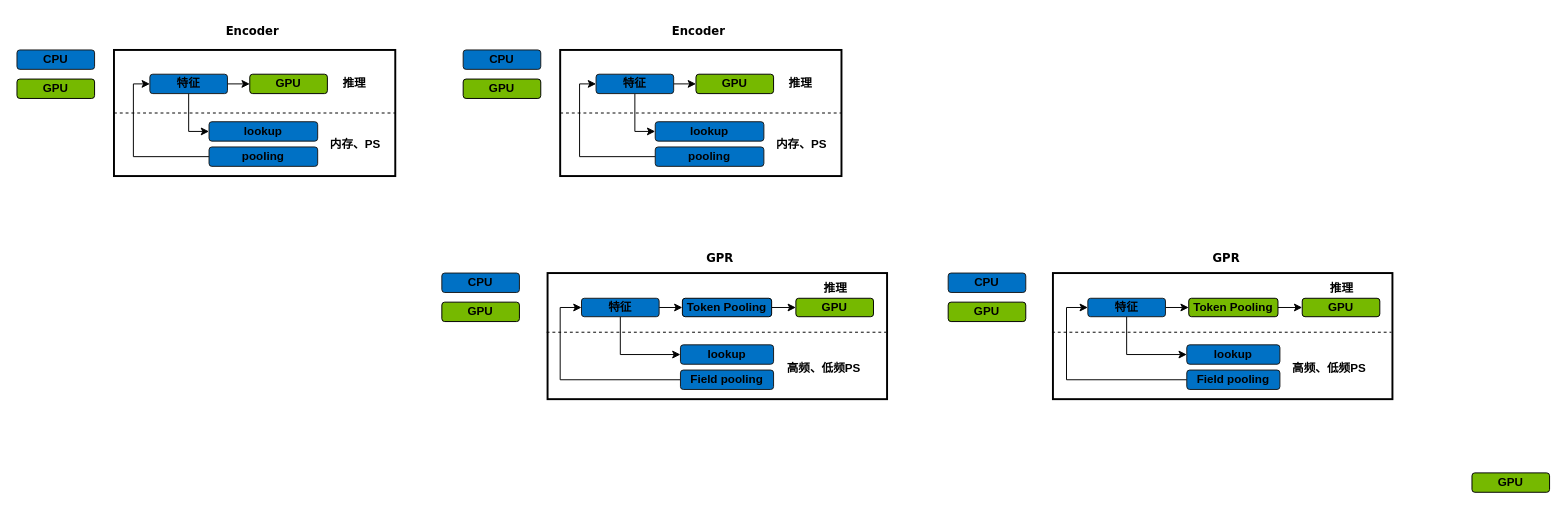
The draw.io diagram Token Pooling 优化.drawio in JackHsiung/totoro, before the edit. Source tidied: cells renumbered, new cells numbered last; positions are measured from the earlier drawing's top-left corner, leaving out a move shared by most shapes. Both pictures are drawn from the tidied source at 97%, with x=0, y=0 at pixel (16, 16).
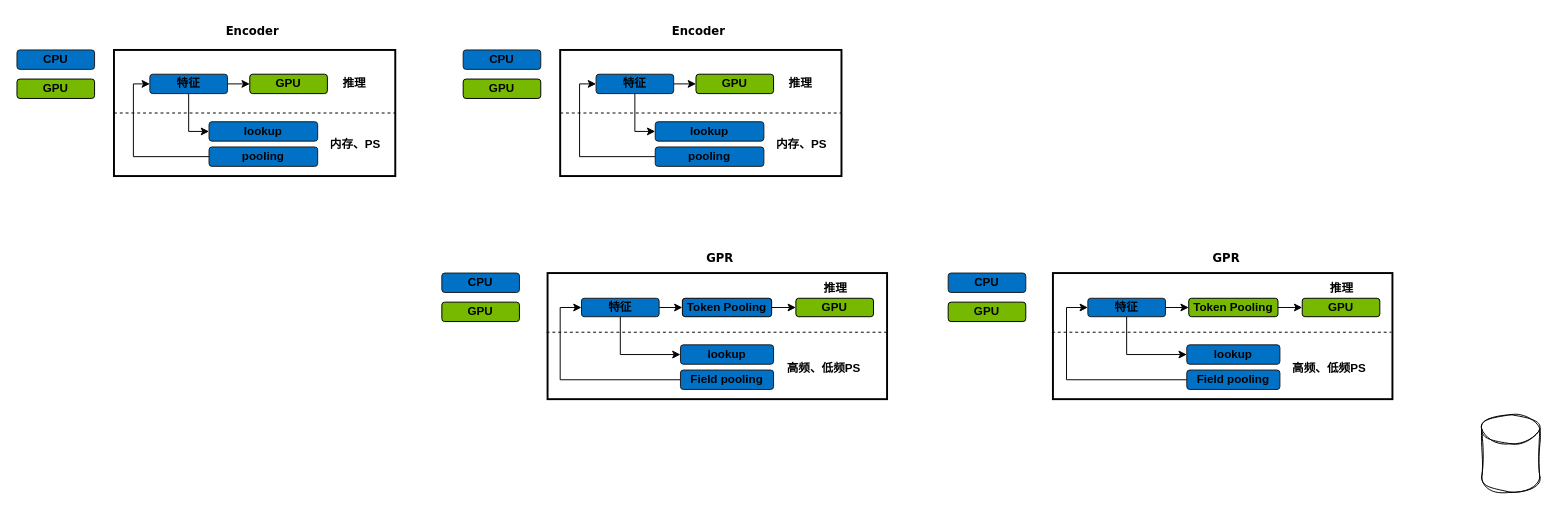
The same page after the edit.

Change to the diagram source:
```diff
@@
-    <mxCell id="62" value="GPU" style="rounded=1;whiteSpace=wrap;html=1;fillColor=#76b900;fontStyle=1;" parent="1" vertex="1">
-      <mxGeometry x="1500" y="470" width="80" height="20" as="geometry" />
-    </mxCell>
+    <mxCell id="63" style="shape=cylinder3;whiteSpace=wrap;html=1;boundedLbl=1;backgroundOutline=1;size=15;sketch=1;hachureGap=4;jiggle=2;curveFitting=1;fontFamily=Architects Daughter;" parent="1" vertex="1">
+      <mxGeometry x="1510" y="410" width="60" height="80" as="geometry" />
+    </mxCell>
```
